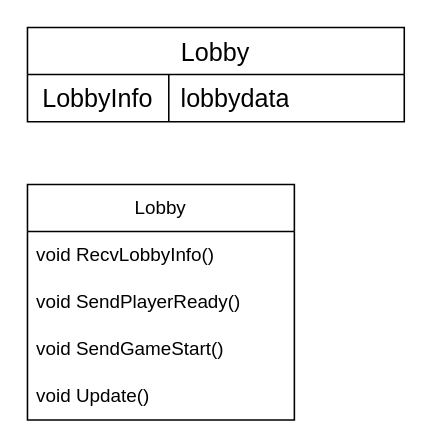
Before: drawio/Lobby.drawio in rmrgns/NetGameTeamProject, a draw.io diagram. Source tidied: cells renumbered, new cells numbered last; positions are measured from the earlier drawing's top-left corner, leaving out a move shared by most shapes. Both pictures are drawn from the tidied source at 157%, with x=0, y=0 at pixel (27, 27).
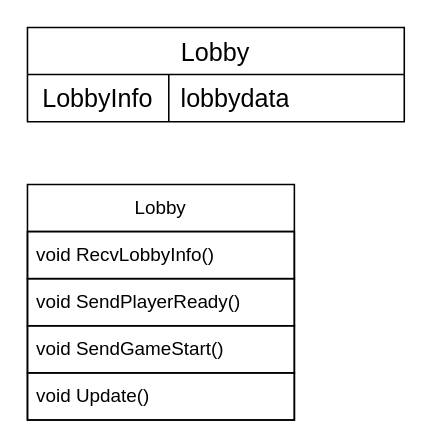
The same page after the edit.

What changed in the source:
```diff
@@
 <mxGraphModel>
   <root>
     <mxCell id="0" />
     <mxCell id="1" parent="0" />
     <mxCell id="2" value="Lobby" style="swimlane;fontStyle=0;horizontal=1;startSize=30;whiteSpace=wrap;html=1;" parent="1" vertex="1">
       <mxGeometry y="100" width="170" height="150" as="geometry" />
     </mxCell>
-    <mxCell id="3" value="void RecvLobbyInfo()&amp;nbsp;" style="text;strokeColor=none;fillColor=none;align=left;verticalAlign=middle;spacingLeft=4;spacingRight=4;overflow=hidden;whiteSpace=wrap;html=1;" parent="2" vertex="1">
+    <mxCell id="3" value="void RecvLobbyInfo()&amp;nbsp;" style="text;strokeColor=default;fillColor=none;align=left;verticalAlign=middle;spacingLeft=4;spacingRight=4;overflow=hidden;whiteSpace=wrap;html=1;" parent="2" vertex="1">
       <mxGeometry y="30" width="170" height="30" as="geometry" />
     </mxCell>
-    <mxCell id="4" value="void SendPlayerReady()&amp;nbsp;" style="text;strokeColor=none;fillColor=none;align=left;verticalAlign=middle;spacingLeft=4;spacingRight=4;overflow=hidden;whiteSpace=wrap;html=1;" parent="2" vertex="1">
+    <mxCell id="4" value="void SendPlayerReady()&amp;nbsp;" style="text;strokeColor=default;fillColor=none;align=left;verticalAlign=middle;spacingLeft=4;spacingRight=4;overflow=hidden;whiteSpace=wrap;html=1;" parent="2" vertex="1">
       <mxGeometry y="60" width="170" height="30" as="geometry" />
     </mxCell>
-    <mxCell id="5" value="void SendGameStart()&amp;nbsp;" style="text;strokeColor=none;fillColor=none;align=left;verticalAlign=middle;spacingLeft=4;spacingRight=4;overflow=hidden;whiteSpace=wrap;html=1;" parent="2" vertex="1">
+    <mxCell id="5" value="void SendGameStart()&amp;nbsp;" style="text;strokeColor=default;fillColor=none;align=left;verticalAlign=middle;spacingLeft=4;spacingRight=4;overflow=hidden;whiteSpace=wrap;html=1;" parent="2" vertex="1">
       <mxGeometry y="90" width="170" height="30" as="geometry" />
     </mxCell>
-    <mxCell id="6" value="void Update()" style="text;strokeColor=none;fillColor=none;align=left;verticalAlign=middle;spacingLeft=4;spacingRight=4;overflow=hidden;whiteSpace=wrap;html=1;" parent="2" vertex="1">
+    <mxCell id="6" value="void Update()" style="text;strokeColor=default;fillColor=none;align=left;verticalAlign=middle;spacingLeft=4;spacingRight=4;overflow=hidden;whiteSpace=wrap;html=1;" parent="2" vertex="1">
       <mxGeometry y="120" width="170" height="30" as="geometry" />
     </mxCell>
     <mxCell id="7" value="Lobby" style="shape=table;startSize=30;childLayout=tableLayout;rowLines=0;fontStyle=0;strokeColor=default;fontSize=16;" parent="1" vertex="1">
       <mxGeometry width="240" height="60" as="geometry" />
     </mxCell>
     <mxCell id="8" style="shape=tableRow;horizontal=0;startSize=0;swimlaneHead=0;swimlaneBody=0;top=0;left=0;bottom=0;right=0;fillColor=none;strokeColor=inherit;fontSize=16;" parent="7" vertex="1">
       <mxGeometry y="30" width="240" height="30" as="geometry" />
     </mxCell>
     <mxCell id="9" value="LobbyInfo" style="shape=partialRectangle;html=1;whiteSpace=wrap;fillColor=none;top=0;left=0;bottom=0;right=0;overflow=hidden;strokeColor=inherit;fontSize=16;" parent="8" vertex="1">
       <mxGeometry width="90" height="30" as="geometry" />
     </mxCell>
     <mxCell id="10" value="lobbydata" style="shape=partialRectangle;html=1;whiteSpace=wrap;fillColor=none;top=0;left=0;bottom=0;right=0;align=left;spacingLeft=6;overflow=hidden;strokeColor=inherit;fontSize=16;" parent="8" vertex="1">
       <mxGeometry x="90" width="150" height="30" as="geometry" />
     </mxCell>
   </root>
 </mxGraphModel>
```
